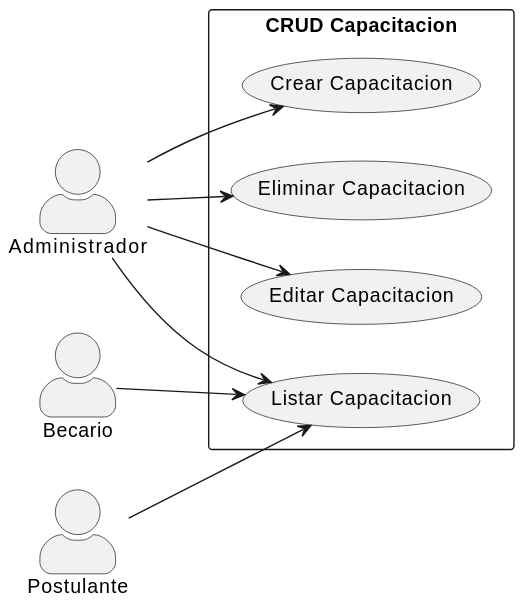
Dievex/24-25-IdSw1-SDR keeps this PlantUML diagram as documentos/imagenes/casos_de_uso/diagrams_casos_de_uso/crud_capacitacion.svg. Above is the earlier version.
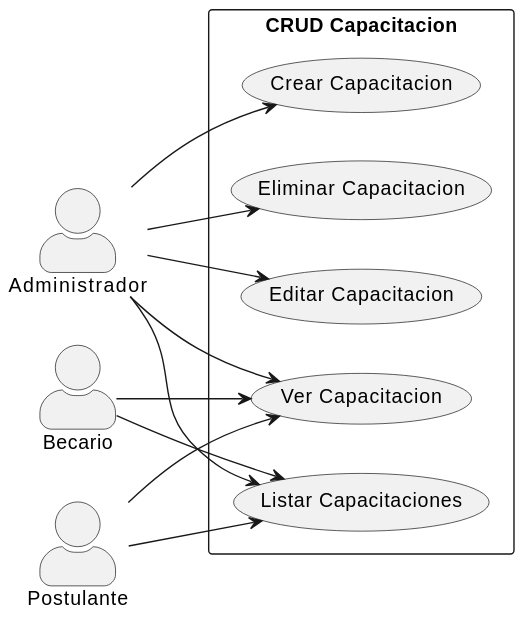
After the change.

Change to the diagram source:
```diff
@@ -5,16 +5,20 @@
 
 rectangle "CRUD Capacitacion" {
   usecase "Crear Capacitacion" as CrearCapacitacion
-  usecase "Listar Capacitacion" as ListarCapacitacion
+  usecase "Listar Capacitaciones" as ListarCapacitacion
   usecase "Editar Capacitacion" as EditarCapacitacion
   usecase "Eliminar Capacitacion" as EliminarCapacitacion
+  usecase "Ver Capacitacion" as VerCapacitacion
 }
 
 Admin --> CrearCapacitacion
 Admin --> ListarCapacitacion
 Admin --> EditarCapacitacion
 Admin --> EliminarCapacitacion
+Admin --> VerCapacitacion
 
 Becario --> ListarCapacitacion
 Postulante --> ListarCapacitacion
+Becario --> VerCapacitacion
+Postulante --> VerCapacitacion
 @enduml
```
